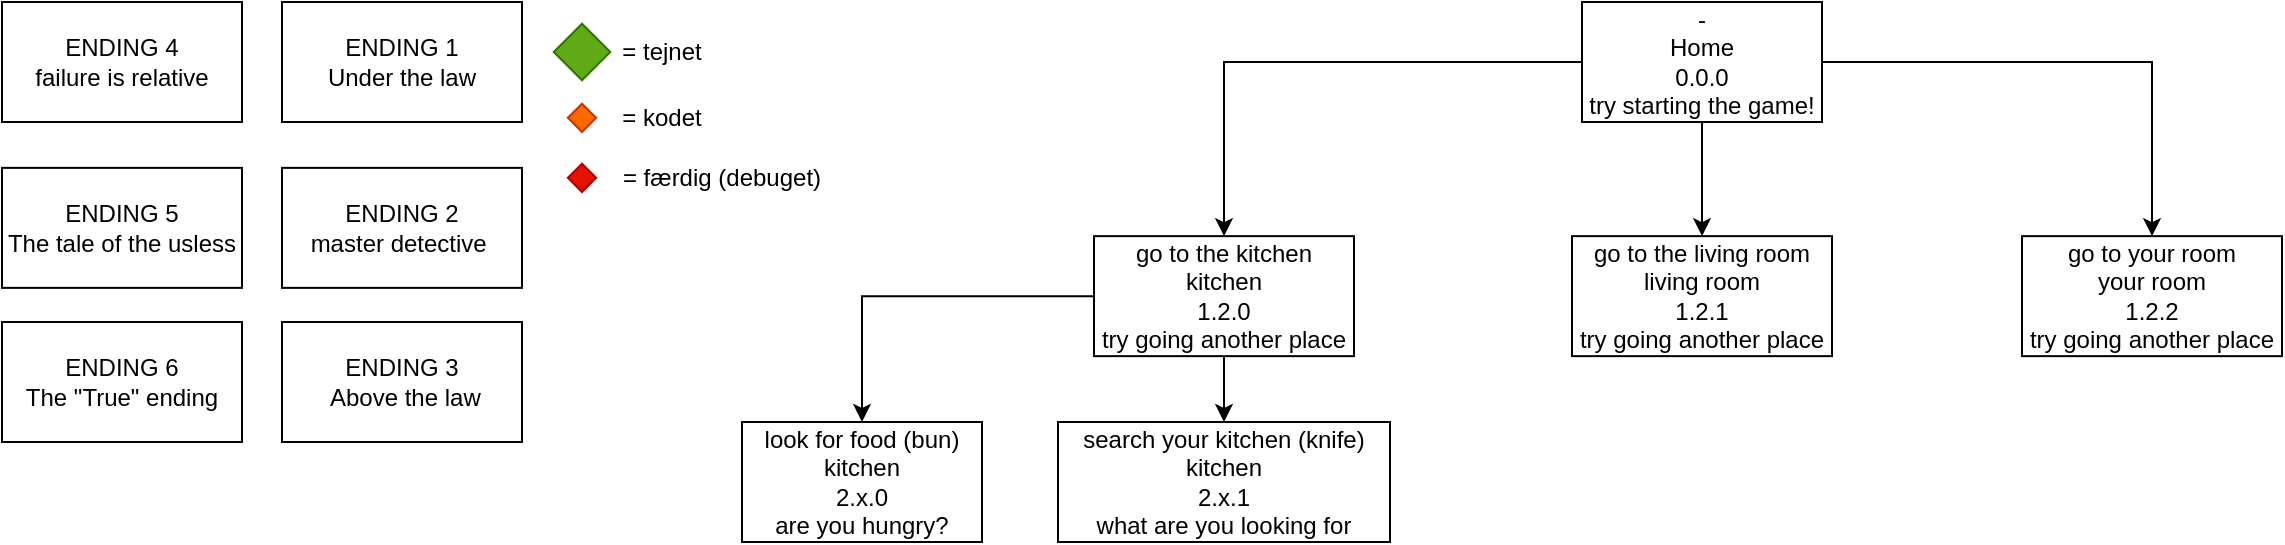
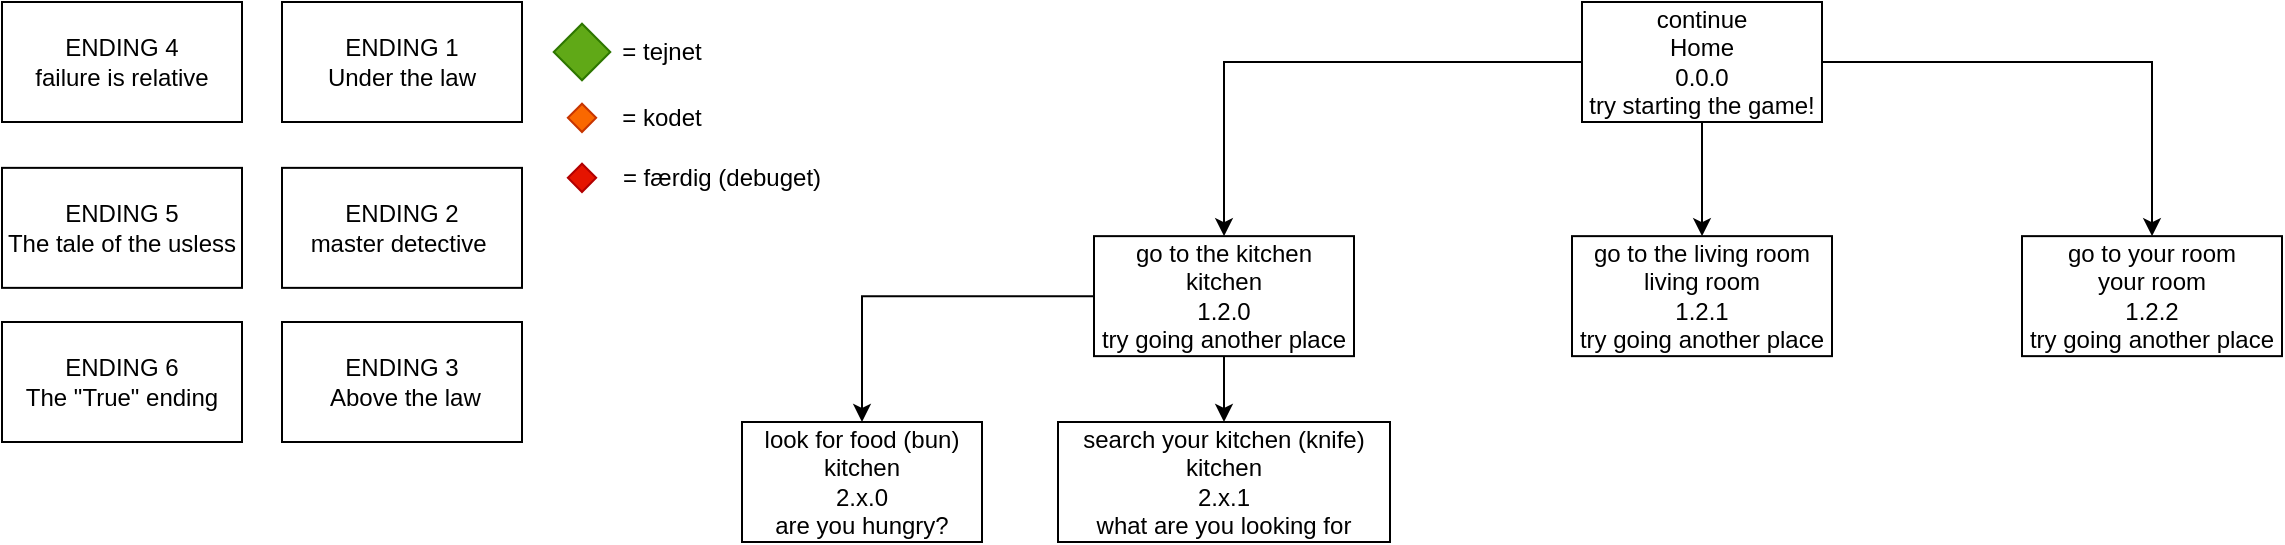
<mxfile host="Electron" agent="Mozilla/5.0 (X11; Linux x86_64) AppleWebKit/537.36 (KHTML, like Gecko) draw.io/29.0.3 Chrome/140.0.7339.249 Electron/38.7.0 Safari/537.36" version="29.0.3">
  <diagram name="Side-1" id="u6lEDHs33NAlhhUbkCJO">
-     <mxGraphModel dx="1642" dy="402" grid="1" gridSize="10" guides="1" tooltips="1" connect="1" arrows="1" fold="1" page="1" pageScale="1" pageWidth="827" pageHeight="1169" math="0" shadow="0">
+     <mxGraphModel dx="3816" dy="1476" grid="1" gridSize="10" guides="1" tooltips="1" connect="1" arrows="1" fold="1" page="1" pageScale="1" pageWidth="827" pageHeight="1169" math="0" shadow="0">
      <root>
        <mxCell id="0" />
        <mxCell id="1" parent="0" />
        <mxCell id="Gkl9_cEibegPeH9B7f_F-1" value="" style="shape=cross;whiteSpace=wrap;html=1;fillColor=#60a917;fontColor=#ffffff;strokeColor=#2D7600;size=1;rotation=45;" parent="1" vertex="1">
          <mxGeometry x="10.002135623730965" y="15.00213562373095" width="20" height="20" as="geometry" />
        </mxCell>
        <mxCell id="Gkl9_cEibegPeH9B7f_F-3" value="= tejnet" style="text;html=1;align=center;verticalAlign=middle;whiteSpace=wrap;rounded=0;" parent="1" vertex="1">
          <mxGeometry x="30" y="10" width="60" height="30" as="geometry" />
        </mxCell>
        <mxCell id="Gkl9_cEibegPeH9B7f_F-4" value="" style="shape=cross;whiteSpace=wrap;html=1;fillColor=#fa6800;fontColor=#000000;strokeColor=#C73500;size=1;rotation=45;" parent="1" vertex="1">
          <mxGeometry x="15" y="52.93" width="10" height="10" as="geometry" />
        </mxCell>
        <mxCell id="Gkl9_cEibegPeH9B7f_F-5" value="= kodet" style="text;html=1;align=center;verticalAlign=middle;whiteSpace=wrap;rounded=0;" parent="1" vertex="1">
          <mxGeometry x="30" y="42.93" width="60" height="30" as="geometry" />
        </mxCell>
        <mxCell id="Gkl9_cEibegPeH9B7f_F-7" value="" style="shape=cross;whiteSpace=wrap;html=1;fillColor=#e51400;fontColor=#ffffff;strokeColor=#B20000;size=1;rotation=45;" parent="1" vertex="1">
          <mxGeometry x="15.001067811865482" y="82.93106781186549" width="10" height="10" as="geometry" />
        </mxCell>
        <mxCell id="Gkl9_cEibegPeH9B7f_F-8" value="= færdig (debuget)" style="text;html=1;align=center;verticalAlign=middle;whiteSpace=wrap;rounded=0;" parent="1" vertex="1">
          <mxGeometry x="30" y="72.93" width="120" height="30" as="geometry" />
        </mxCell>
        <mxCell id="KsyJlo4QITjawsJ5vBy0-1" value="ENDING 1&lt;div&gt;Under the law&lt;/div&gt;" style="rounded=0;whiteSpace=wrap;html=1;" parent="1" vertex="1">
          <mxGeometry x="-130" width="120" height="60" as="geometry" />
        </mxCell>
        <mxCell id="KsyJlo4QITjawsJ5vBy0-4" value="ENDING 2&lt;div&gt;master detective&amp;nbsp;&lt;/div&gt;" style="rounded=0;whiteSpace=wrap;html=1;" parent="1" vertex="1">
          <mxGeometry x="-130" y="82.92999999999995" width="120" height="60" as="geometry" />
        </mxCell>
        <mxCell id="KsyJlo4QITjawsJ5vBy0-5" value="ENDING 4&lt;div&gt;failure is relative&lt;/div&gt;" style="rounded=0;whiteSpace=wrap;html=1;" parent="1" vertex="1">
          <mxGeometry x="-270" width="120" height="60" as="geometry" />
        </mxCell>
        <mxCell id="KsyJlo4QITjawsJ5vBy0-6" value="ENDING 3&lt;div&gt;&amp;nbsp;Above the law&lt;/div&gt;" style="rounded=0;whiteSpace=wrap;html=1;" parent="1" vertex="1">
          <mxGeometry x="-130" y="160" width="120" height="60" as="geometry" />
        </mxCell>
        <mxCell id="KsyJlo4QITjawsJ5vBy0-7" value="ENDING 5&lt;div&gt;The tale of the usless&lt;/div&gt;" style="rounded=0;whiteSpace=wrap;html=1;" parent="1" vertex="1">
          <mxGeometry x="-270" y="82.92999999999995" width="120" height="60" as="geometry" />
        </mxCell>
        <mxCell id="KsyJlo4QITjawsJ5vBy0-8" value="ENDING 6&lt;div&gt;The &quot;True&quot; ending&lt;/div&gt;" style="rounded=0;whiteSpace=wrap;html=1;" parent="1" vertex="1">
          <mxGeometry x="-270" y="160" width="120" height="60" as="geometry" />
        </mxCell>
        <mxCell id="x7gaONYOheFJwiIwdS-1-18" style="edgeStyle=orthogonalEdgeStyle;rounded=0;orthogonalLoop=1;jettySize=auto;html=1;exitX=0;exitY=0.5;exitDx=0;exitDy=0;" edge="1" parent="1" source="x7gaONYOheFJwiIwdS-1-14" target="x7gaONYOheFJwiIwdS-1-15">
          <mxGeometry relative="1" as="geometry" />
        </mxCell>
        <mxCell id="x7gaONYOheFJwiIwdS-1-19" style="edgeStyle=orthogonalEdgeStyle;rounded=0;orthogonalLoop=1;jettySize=auto;html=1;exitX=0.5;exitY=1;exitDx=0;exitDy=0;" edge="1" parent="1" source="x7gaONYOheFJwiIwdS-1-14" target="x7gaONYOheFJwiIwdS-1-16">
          <mxGeometry relative="1" as="geometry" />
        </mxCell>
        <mxCell id="x7gaONYOheFJwiIwdS-1-20" style="edgeStyle=orthogonalEdgeStyle;rounded=0;orthogonalLoop=1;jettySize=auto;html=1;exitX=1;exitY=0.5;exitDx=0;exitDy=0;" edge="1" parent="1" source="x7gaONYOheFJwiIwdS-1-14" target="x7gaONYOheFJwiIwdS-1-17">
          <mxGeometry relative="1" as="geometry" />
        </mxCell>
-         <mxCell id="x7gaONYOheFJwiIwdS-1-14" value="-&lt;div&gt;Home&lt;/div&gt;&lt;div&gt;0.0.0&lt;/div&gt;&lt;div&gt;try starting the game!&lt;/div&gt;" style="rounded=0;whiteSpace=wrap;html=1;align=center;" vertex="1" parent="1">
+         <mxCell id="x7gaONYOheFJwiIwdS-1-14" value="continue&lt;br&gt;&lt;div&gt;Home&lt;/div&gt;&lt;div&gt;0.0.0&lt;/div&gt;&lt;div&gt;try starting the game!&lt;/div&gt;" style="rounded=0;whiteSpace=wrap;html=1;align=center;" vertex="1" parent="1">
          <mxGeometry x="520" width="120" height="60" as="geometry" />
        </mxCell>
        <mxCell id="x7gaONYOheFJwiIwdS-1-25" style="edgeStyle=orthogonalEdgeStyle;rounded=0;orthogonalLoop=1;jettySize=auto;html=1;exitX=0;exitY=0.5;exitDx=0;exitDy=0;entryX=0.5;entryY=0;entryDx=0;entryDy=0;" edge="1" parent="1" source="x7gaONYOheFJwiIwdS-1-15" target="x7gaONYOheFJwiIwdS-1-22">
          <mxGeometry relative="1" as="geometry" />
        </mxCell>
        <mxCell id="x7gaONYOheFJwiIwdS-1-27" style="edgeStyle=orthogonalEdgeStyle;rounded=0;orthogonalLoop=1;jettySize=auto;html=1;exitX=0.5;exitY=1;exitDx=0;exitDy=0;" edge="1" parent="1" source="x7gaONYOheFJwiIwdS-1-15" target="x7gaONYOheFJwiIwdS-1-23">
          <mxGeometry relative="1" as="geometry" />
        </mxCell>
        <mxCell id="x7gaONYOheFJwiIwdS-1-15" value="go to the kitchen&lt;div&gt;kitchen&lt;br&gt;&lt;div&gt;1.2.0&lt;/div&gt;&lt;div&gt;try going another place&lt;/div&gt;&lt;/div&gt;" style="rounded=0;whiteSpace=wrap;html=1;align=center;" vertex="1" parent="1">
          <mxGeometry x="276" y="117.07" width="130" height="60" as="geometry" />
        </mxCell>
        <mxCell id="x7gaONYOheFJwiIwdS-1-16" value="go to the living room&lt;div&gt;&lt;div&gt;living room&lt;/div&gt;&lt;div&gt;1.2.1&lt;/div&gt;&lt;div&gt;try going another place&lt;/div&gt;&lt;/div&gt;" style="rounded=0;whiteSpace=wrap;html=1;align=center;" vertex="1" parent="1">
          <mxGeometry x="515" y="117.07" width="130" height="60" as="geometry" />
        </mxCell>
        <mxCell id="x7gaONYOheFJwiIwdS-1-17" value="go to your room&lt;div&gt;your room&lt;br&gt;&lt;div&gt;&lt;div&gt;1.2.2&lt;/div&gt;&lt;div&gt;try going another place&lt;/div&gt;&lt;/div&gt;&lt;/div&gt;" style="rounded=0;whiteSpace=wrap;html=1;align=center;" vertex="1" parent="1">
          <mxGeometry x="740" y="117.07" width="130" height="60" as="geometry" />
        </mxCell>
        <mxCell id="x7gaONYOheFJwiIwdS-1-22" value="look for food (bun)&lt;div&gt;&lt;span style=&quot;background-color: transparent; color: light-dark(rgb(0, 0, 0), rgb(255, 255, 255));&quot;&gt;kitchen&lt;/span&gt;&lt;div&gt;2.x.0&lt;/div&gt;&lt;div&gt;are you hungry?&lt;/div&gt;&lt;/div&gt;" style="rounded=0;whiteSpace=wrap;html=1;" vertex="1" parent="1">
          <mxGeometry x="100" y="210" width="120" height="60" as="geometry" />
        </mxCell>
        <mxCell id="x7gaONYOheFJwiIwdS-1-23" value="search your kitchen (knife)&lt;br&gt;&lt;div&gt;kitchen&lt;/div&gt;&lt;div&gt;2.x.1&lt;/div&gt;&lt;div&gt;what are you looking for&lt;/div&gt;" style="rounded=0;whiteSpace=wrap;html=1;" vertex="1" parent="1">
          <mxGeometry x="258" y="210" width="166" height="60" as="geometry" />
        </mxCell>
      </root>
    </mxGraphModel>
  </diagram>
</mxfile>
